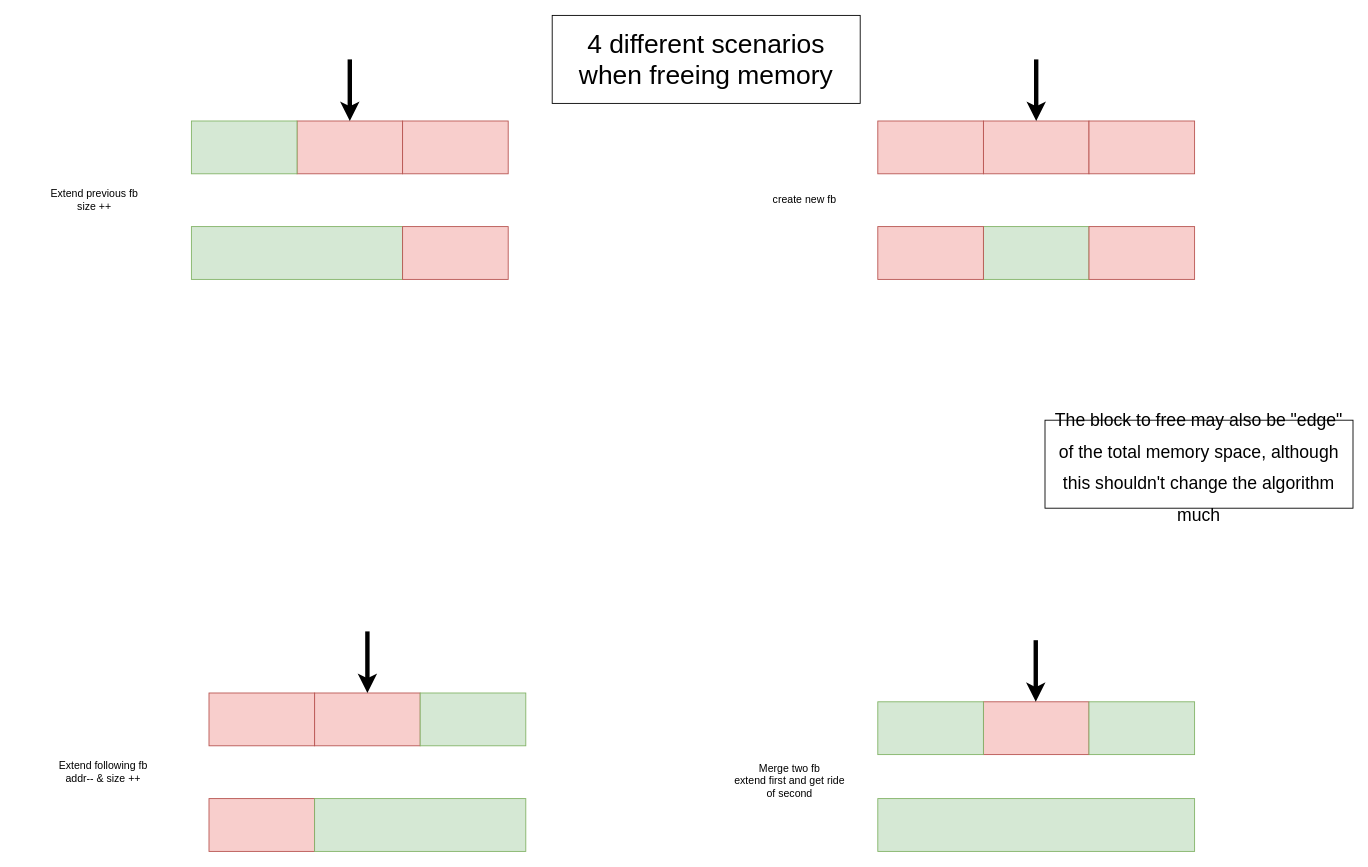
Above: diagrams/free_mem.drawio in gregiorg/API_TP4_PELISSE_FODOR (draw.io), before the change. Source tidied: cells renumbered, new cells numbered last; positions are measured from the earlier drawing's top-left corner, leaving out a move shared by most shapes. Both pictures are drawn from the tidied source at 88%, with x=0, y=0 at pixel (33, 15).
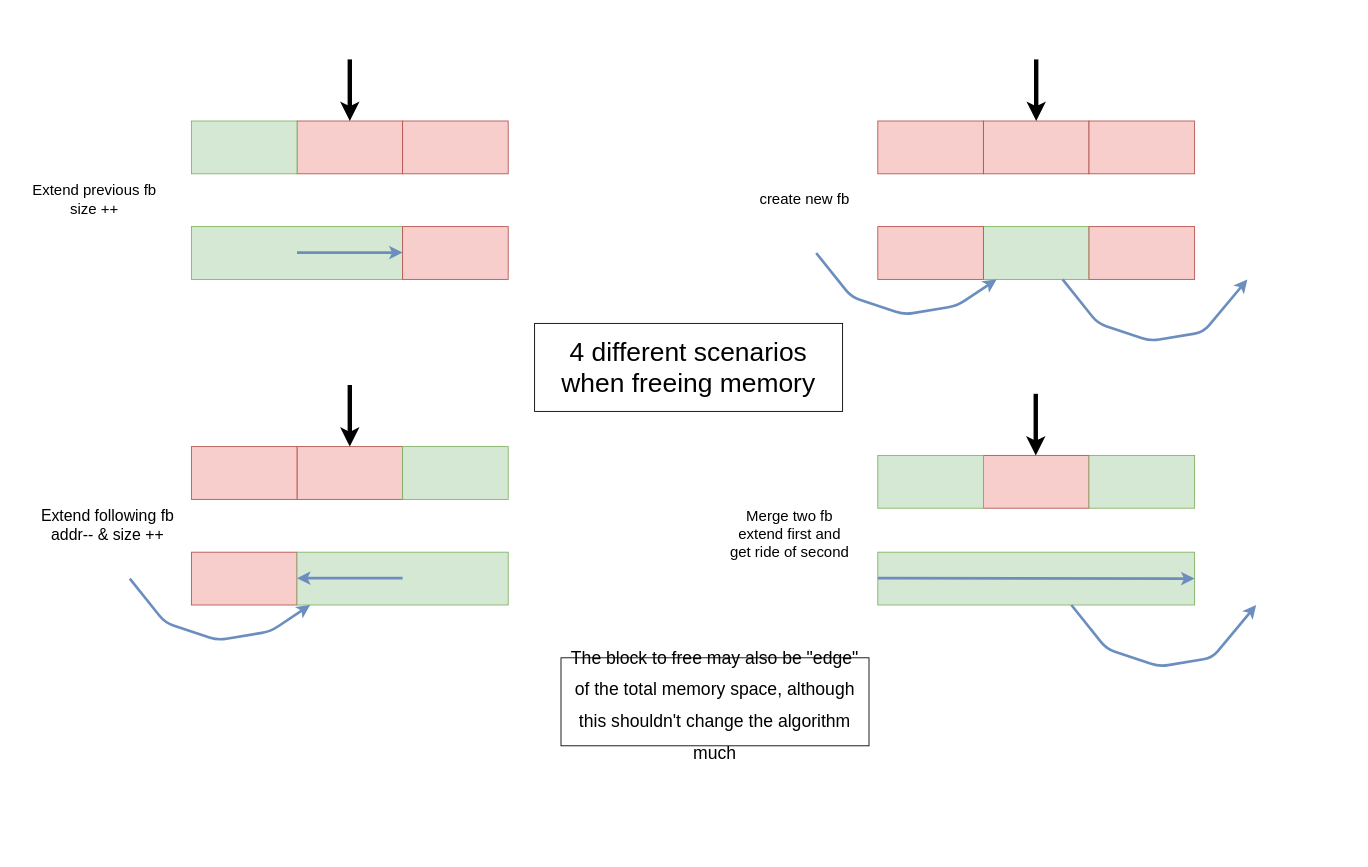
The same page after the edit.

Unchanged cells that the change refers to:
```xml
<mxCell id="20" style="rounded=0;whiteSpace=wrap;html=1;fillColor=#d5e8d4;strokeColor=#82b366;" parent="1" vertex="1">
  <mxGeometry x="1080" y="240" width="120" height="60" as="geometry" />
</mxCell>
```

Diff of the diagram source:
```diff
@@
-    <mxCell id="8" value="&lt;div&gt;Extend previous fb&lt;/div&gt;&lt;div&gt;size ++&lt;/div&gt;" style="text;html=1;strokeColor=none;fillColor=none;align=center;verticalAlign=middle;whiteSpace=wrap;rounded=0;" parent="1" vertex="1">
-      <mxGeometry y="190" width="140" height="40" as="geometry" />
+    <mxCell id="8" value="&lt;div style=&quot;font-size: 17px;&quot;&gt;Extend previous fb&lt;/div&gt;&lt;div style=&quot;font-size: 17px;&quot;&gt;size ++&lt;/div&gt;" style="text;html=1;strokeColor=none;fillColor=none;align=center;verticalAlign=middle;whiteSpace=wrap;rounded=0;fontSize=17;" parent="1" vertex="1">
+      <mxGeometry x="-20" y="190" width="180" height="40" as="geometry" />
     </mxCell>
     <mxCell id="9" style="rounded=0;whiteSpace=wrap;html=1;fillColor=#f8cecc;strokeColor=#b85450;" parent="1" vertex="1">
-      <mxGeometry x="320" y="770" width="120" height="60" as="geometry" />
+      <mxGeometry x="300" y="490" width="120" height="60" as="geometry" />
     </mxCell>
     <mxCell id="10" style="rounded=0;whiteSpace=wrap;html=1;fillColor=#f8cecc;strokeColor=#b85450;" parent="1" vertex="1">
-      <mxGeometry x="200" y="770" width="120" height="60" as="geometry" />
+      <mxGeometry x="180" y="490" width="120" height="60" as="geometry" />
     </mxCell>
     <mxCell id="11" style="endArrow=classic;html=1;entryX=0.5;entryY=0;entryDx=0;entryDy=0;strokeWidth=5;" parent="1" edge="1" target="9">
       <mxGeometry relative="1" as="geometry">
-        <mxPoint x="380" y="700" as="sourcePoint" />
+        <mxPoint x="360" y="420" as="sourcePoint" />
       </mxGeometry>
     </mxCell>
     <mxCell id="12" style="rounded=0;whiteSpace=wrap;html=1;fillColor=#d5e8d4;strokeColor=#82b366;" parent="1" vertex="1">
-      <mxGeometry x="440" y="770" width="120" height="60" as="geometry" />
+      <mxGeometry x="420" y="490" width="120" height="60" as="geometry" />
     </mxCell>
     <mxCell id="13" style="rounded=0;whiteSpace=wrap;html=1;fillColor=#f8cecc;strokeColor=#b85450;" parent="1" vertex="1">
-      <mxGeometry x="200" y="890" width="120" height="60" as="geometry" />
+      <mxGeometry x="180" y="610" width="120" height="60" as="geometry" />
     </mxCell>
     <mxCell id="14" style="rounded=0;whiteSpace=wrap;html=1;fillColor=#d5e8d4;strokeColor=#82b366;" parent="1" vertex="1">
-      <mxGeometry x="320" y="890" width="240" height="60" as="geometry" />
+      <mxGeometry x="300" y="610" width="240" height="60" as="geometry" />
     </mxCell>
-    <mxCell id="15" value="&lt;div&gt;Extend following fb&lt;/div&gt;&lt;div&gt;addr-- &amp;amp; size ++&lt;/div&gt;" style="text;html=1;strokeColor=none;fillColor=none;align=center;verticalAlign=middle;whiteSpace=wrap;rounded=0;" parent="1" vertex="1">
-      <mxGeometry x="10" y="840" width="140" height="40" as="geometry" />
+    <mxCell id="15" value="&lt;div style=&quot;font-size: 18px;&quot;&gt;Extend following fb&lt;/div&gt;&lt;div style=&quot;font-size: 18px;&quot;&gt;addr-- &amp;amp; size ++&lt;/div&gt;" style="text;html=1;strokeColor=none;fillColor=none;align=center;verticalAlign=middle;whiteSpace=wrap;rounded=0;fontSize=18;" parent="1" vertex="1">
+      <mxGeometry y="560" width="170" height="40" as="geometry" />
     </mxCell>
@@
-    <mxCell id="23" value="create new fb" style="text;html=1;strokeColor=none;fillColor=none;align=center;verticalAlign=middle;whiteSpace=wrap;rounded=0;" parent="1" vertex="1">
+    <mxCell id="23" value="create new fb" style="text;html=1;strokeColor=none;fillColor=none;align=center;verticalAlign=middle;whiteSpace=wrap;rounded=0;fontSize=17;" parent="1" vertex="1">
       <mxGeometry x="807" y="190" width="140" height="40" as="geometry" />
     </mxCell>
     <mxCell id="24" style="rounded=0;whiteSpace=wrap;html=1;fillColor=#f8cecc;strokeColor=#b85450;" parent="1" vertex="1">
-      <mxGeometry x="1080" y="780" width="120" height="60" as="geometry" />
+      <mxGeometry x="1080" y="500" width="120" height="60" as="geometry" />
     </mxCell>
     <mxCell id="25" style="rounded=0;whiteSpace=wrap;html=1;fillColor=#d5e8d4;strokeColor=#82b366;" parent="1" vertex="1">
-      <mxGeometry x="960" y="780" width="120" height="60" as="geometry" />
+      <mxGeometry x="960" y="500" width="120" height="60" as="geometry" />
     </mxCell>
     <mxCell id="26" style="rounded=0;whiteSpace=wrap;html=1;fillColor=#d5e8d4;strokeColor=#82b366;" parent="1" vertex="1">
-      <mxGeometry x="1200" y="780" width="120" height="60" as="geometry" />
+      <mxGeometry x="1200" y="500" width="120" height="60" as="geometry" />
     </mxCell>
     <mxCell id="27" style="endArrow=classic;html=1;entryX=0.5;entryY=0;entryDx=0;entryDy=0;strokeWidth=5;" parent="1" edge="1">
       <mxGeometry relative="1" as="geometry">
-        <mxPoint x="1139.5" y="710" as="sourcePoint" />
-        <mxPoint x="1139.5" y="780" as="targetPoint" />
+        <mxPoint x="1139.5" y="430" as="sourcePoint" />
+        <mxPoint x="1139.5" y="500" as="targetPoint" />
       </mxGeometry>
     </mxCell>
     <mxCell id="28" style="rounded=0;whiteSpace=wrap;html=1;fillColor=#d5e8d4;strokeColor=#82b366;" parent="1" vertex="1">
-      <mxGeometry x="960" y="890" width="360" height="60" as="geometry" />
+      <mxGeometry x="960" y="610" width="360" height="60" as="geometry" />
     </mxCell>
-    <mxCell id="29" value="&lt;div&gt;Merge two fb&lt;/div&gt;&lt;div&gt;extend first and get ride of second&lt;br&gt;&lt;/div&gt;" style="text;html=1;strokeColor=none;fillColor=none;align=center;verticalAlign=middle;whiteSpace=wrap;rounded=0;" parent="1" vertex="1">
-      <mxGeometry x="790" y="850" width="140" height="40" as="geometry" />
+    <mxCell id="29" value="&lt;div style=&quot;font-size: 17px;&quot;&gt;Merge two fb&lt;/div&gt;&lt;div style=&quot;font-size: 17px;&quot;&gt;extend first and get ride of second&lt;br style=&quot;font-size: 17px;&quot;&gt;&lt;/div&gt;" style="text;html=1;strokeColor=none;fillColor=none;align=center;verticalAlign=middle;whiteSpace=wrap;rounded=0;fontSize=17;" parent="1" vertex="1">
+      <mxGeometry x="790" y="570" width="140" height="40" as="geometry" />
     </mxCell>
     <mxCell id="30" value="4 different scenarios when freeing memory" style="text;html=1;align=center;verticalAlign=middle;whiteSpace=wrap;rounded=0;fontSize=30;strokeColor=#000000;" parent="1" vertex="1">
-      <mxGeometry x="590" width="350" height="100" as="geometry" />
+      <mxGeometry x="570" y="350" width="350" height="100" as="geometry" />
     </mxCell>
     <mxCell id="31" value="&lt;font style=&quot;font-size: 20px&quot;&gt;The block to free may also be &quot;edge&quot; of the total memory space, although this shouldn't change the algorithm much &lt;br&gt;&lt;/font&gt;" style="text;html=1;align=center;verticalAlign=middle;whiteSpace=wrap;rounded=0;fontSize=30;strokeColor=#000000;" parent="1" vertex="1">
-      <mxGeometry x="1150" y="460" width="350" height="100" as="geometry" />
+      <mxGeometry x="600" y="730" width="350" height="100" as="geometry" />
     </mxCell>
+    <mxCell id="32" style="endArrow=classic;html=1;fontSize=17;strokeWidth=3;fillColor=#dae8fc;strokeColor=#6c8ebf;" parent="1" edge="1">
+      <mxGeometry relative="1" as="geometry">
+        <mxPoint x="300" y="269.5" as="sourcePoint" />
+        <mxPoint x="420" y="269.5" as="targetPoint" />
+      </mxGeometry>
+    </mxCell>
+    <mxCell id="33" style="endArrow=classic;html=1;fontSize=17;strokeWidth=3;fillColor=#dae8fc;strokeColor=#6c8ebf;" parent="1" edge="1" target="20">
+      <mxGeometry relative="1" as="geometry">
+        <mxPoint x="890" y="270" as="sourcePoint" />
+        <Array as="points">
+          <mxPoint x="930" y="320" />
+          <mxPoint x="990" y="340" />
+          <mxPoint x="1050" y="330" />
+        </Array>
+      </mxGeometry>
+    </mxCell>
+    <mxCell id="34" style="endArrow=classic;html=1;fontSize=17;strokeWidth=3;fillColor=#dae8fc;strokeColor=#6c8ebf;" parent="1" edge="1">
+      <mxGeometry relative="1" as="geometry">
+        <mxPoint x="1170" y="300" as="sourcePoint" />
+        <mxPoint x="1380" y="300" as="targetPoint" />
+        <Array as="points">
+          <mxPoint x="1210" y="350" />
+          <mxPoint x="1270" y="370" />
+          <mxPoint x="1330" y="360" />
+        </Array>
+      </mxGeometry>
+    </mxCell>
+    <mxCell id="35" style="endArrow=none;html=1;fontSize=17;exitX=0;exitY=0.5;exitDx=0;exitDy=0;entryX=1;entryY=0.5;entryDx=0;entryDy=0;strokeWidth=3;fillColor=#dae8fc;strokeColor=#6c8ebf;startArrow=classic;startFill=1;endFill=0;" parent="1" edge="1">
+      <mxGeometry relative="1" as="geometry">
+        <mxPoint x="300" y="639.5" as="sourcePoint" />
+        <mxPoint x="420" y="639.5" as="targetPoint" />
+      </mxGeometry>
+    </mxCell>
+    <mxCell id="36" style="endArrow=classic;html=1;fontSize=17;strokeWidth=3;fillColor=#dae8fc;strokeColor=#6c8ebf;" parent="1" edge="1">
+      <mxGeometry relative="1" as="geometry">
+        <mxPoint x="110" y="640" as="sourcePoint" />
+        <mxPoint x="315" y="670" as="targetPoint" />
+        <Array as="points">
+          <mxPoint x="150" y="690" />
+          <mxPoint x="210" y="710" />
+          <mxPoint x="270" y="700" />
+        </Array>
+      </mxGeometry>
+    </mxCell>
+    <mxCell id="37" style="endArrow=classic;html=1;fontSize=17;exitX=0;exitY=0.5;exitDx=0;exitDy=0;strokeWidth=3;fillColor=#dae8fc;strokeColor=#6c8ebf;entryX=1;entryY=0.5;entryDx=0;entryDy=0;" parent="1" edge="1" target="28">
+      <mxGeometry relative="1" as="geometry">
+        <mxPoint x="960" y="639.5" as="sourcePoint" />
+      </mxGeometry>
+    </mxCell>
+    <mxCell id="38" style="endArrow=classic;html=1;fontSize=17;strokeWidth=3;fillColor=#dae8fc;strokeColor=#6c8ebf;" parent="1" edge="1">
+      <mxGeometry relative="1" as="geometry">
+        <mxPoint x="1180" y="670" as="sourcePoint" />
+        <mxPoint x="1390" y="670" as="targetPoint" />
+        <Array as="points">
+          <mxPoint x="1220" y="720" />
+          <mxPoint x="1280" y="740" />
+          <mxPoint x="1340" y="730" />
+        </Array>
+      </mxGeometry>
+    </mxCell>
```
